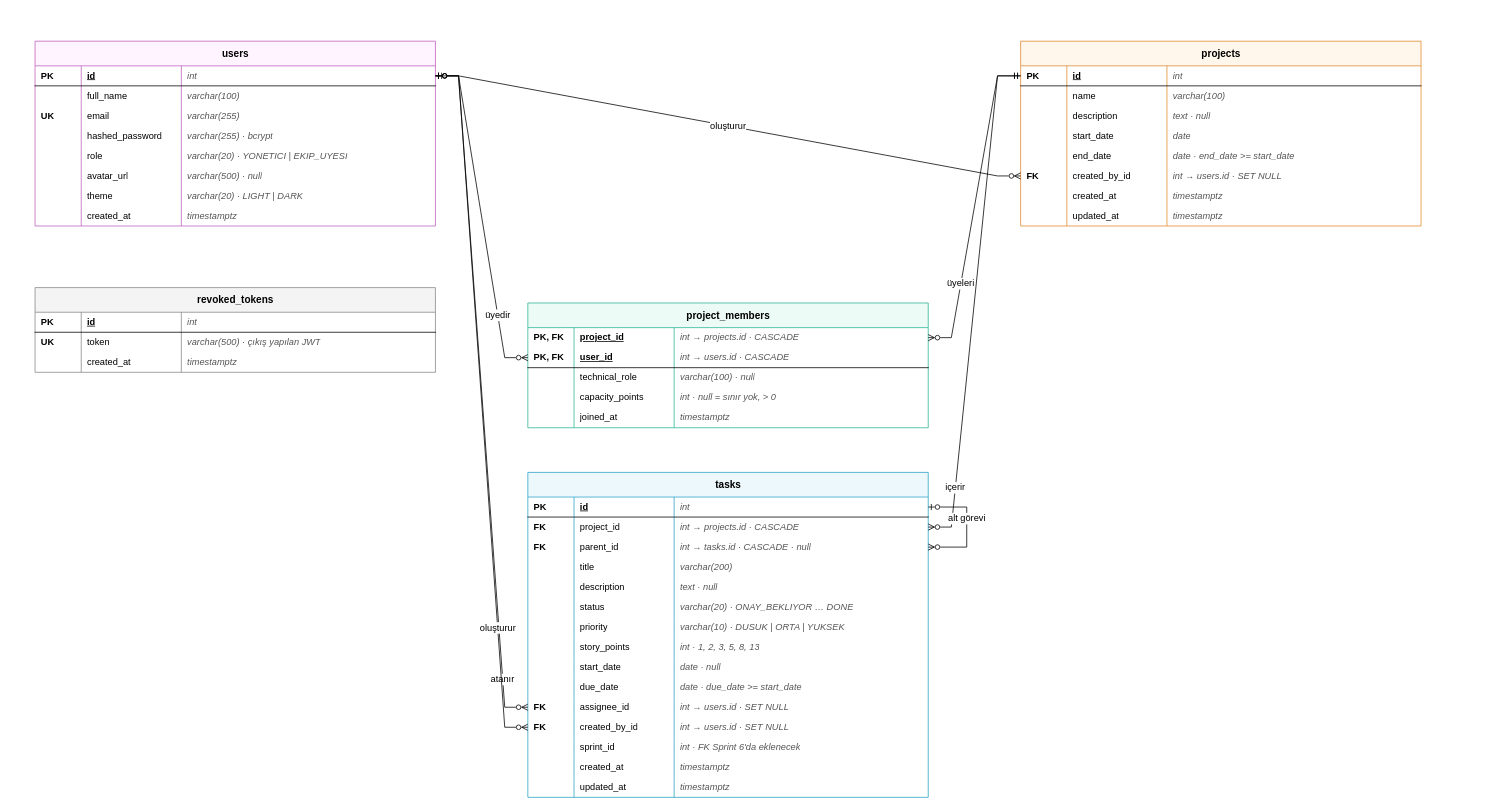
Earlier version of the draw.io diagram docs/diyagramlar/er-diyagrami.drawio (sengka/LUNO). Source tidied: cells renumbered, new cells numbered last; positions are measured from the earlier drawing's top-left corner, leaving out a move shared by most shapes. Both pictures are drawn from the tidied source at 77%, with x=0, y=0 at pixel (35, 41).
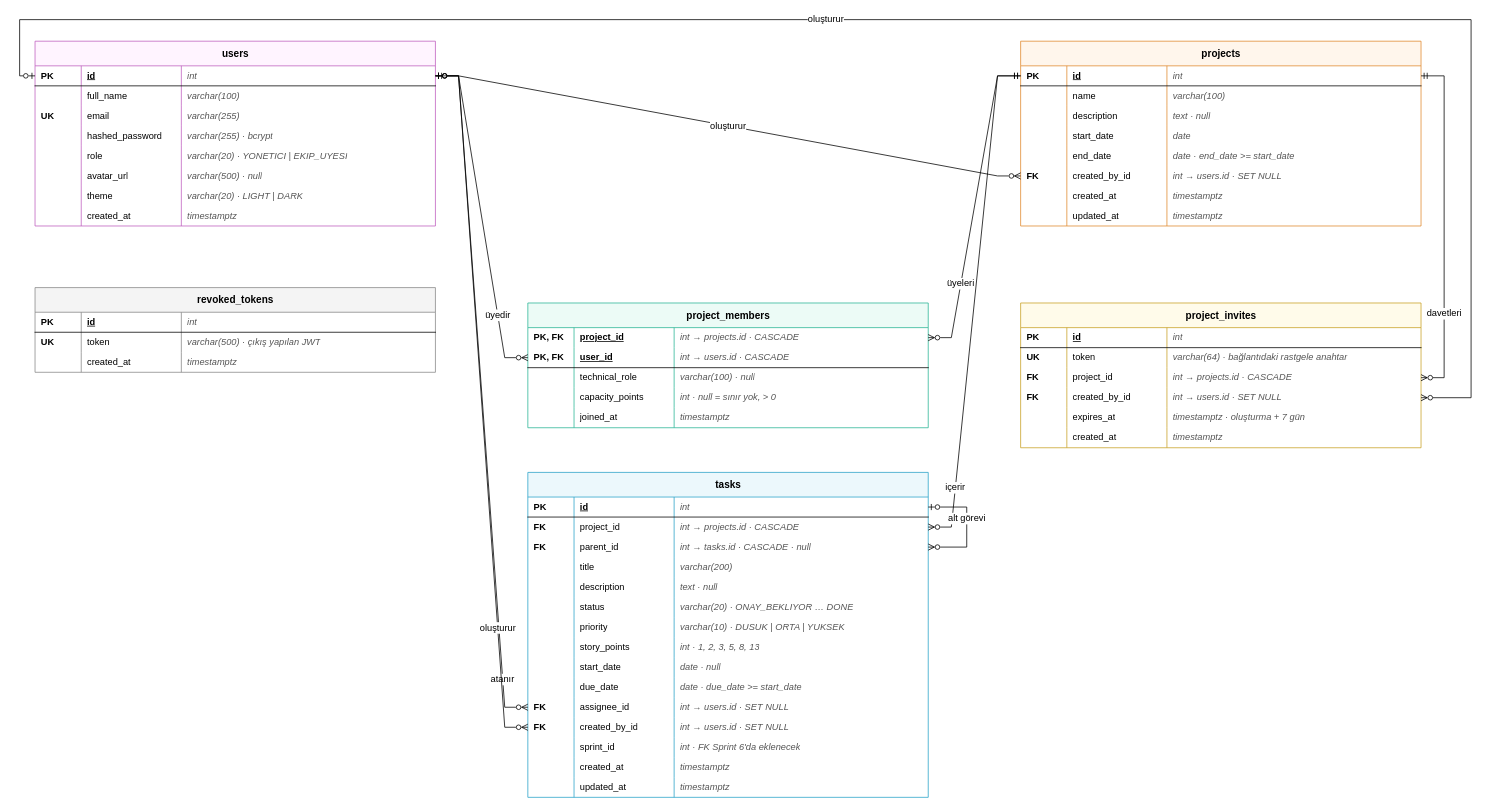
Above is the later version.

Commit message (it also covers changes not shown here):
docs: ER diyagramına project_invites tablosu eklendi (#118)

The change refers to these unchanged cells:
```xml
<mxCell id="3" style="shape=tableRow;horizontal=0;startSize=0;swimlaneHead=0;swimlaneBody=0;fillColor=none;points=[[0,0.5],[1,0.5]];portConstraint=eastwest;top=0;left=0;right=0;bottom=1;html=1;" parent="2" vertex="1">
  <mxGeometry y="32" width="520" height="26" as="geometry" />
</mxCell>
<mxCell id="49" style="shape=tableRow;horizontal=0;startSize=0;swimlaneHead=0;swimlaneBody=0;fillColor=none;points=[[0,0.5],[1,0.5]];portConstraint=eastwest;top=0;left=0;right=0;bottom=1;html=1;" parent="48" vertex="1">
  <mxGeometry y="32" width="520" height="26" as="geometry" />
</mxCell>
```

Diff of the diagram source:
```diff
@@
+    <mxCell id="170" value="project_invites" style="shape=table;startSize=32;childLayout=tableLayout;rowLines=0;fontStyle=1;align=center;html=1;fillColor=#FFFBEA;strokeColor=#C9A227;fontSize=13;" parent="1" vertex="1">
+      <mxGeometry x="1280" y="340" width="520" height="188" as="geometry" />
+    </mxCell>
+    <mxCell id="171" style="shape=tableRow;horizontal=0;startSize=0;swimlaneHead=0;swimlaneBody=0;fillColor=none;top=0;left=0;right=0;bottom=1;html=1;" parent="170" vertex="1">
+      <mxGeometry y="32" width="520" height="26" as="geometry" />
+    </mxCell>
+    <mxCell id="172" value="PK" style="shape=partialRectangle;fillColor=none;top=0;left=0;bottom=0;right=0;align=left;spacingLeft=6;overflow=hidden;whiteSpace=wrap;html=1;fontStyle=1;fontSize=12;" parent="171" vertex="1">
+      <mxGeometry width="60" height="26" as="geometry" />
+    </mxCell>
+    <mxCell id="173" value="id" style="shape=partialRectangle;fillColor=none;top=0;left=0;bottom=0;right=0;align=left;spacingLeft=6;overflow=hidden;whiteSpace=wrap;html=1;fontStyle=5;fontSize=12;" parent="171" vertex="1">
+      <mxGeometry x="60" width="130" height="26" as="geometry" />
+    </mxCell>
+    <mxCell id="174" value="int" style="shape=partialRectangle;fillColor=none;top=0;left=0;bottom=0;right=0;align=left;spacingLeft=6;overflow=hidden;whiteSpace=wrap;html=1;fontStyle=2;fontSize=12;fontColor=#555555;" parent="171" vertex="1">
+      <mxGeometry x="190" width="330" height="26" as="geometry" />
+    </mxCell>
+    <mxCell id="175" style="shape=tableRow;horizontal=0;startSize=0;swimlaneHead=0;swimlaneBody=0;fillColor=none;top=0;left=0;right=0;bottom=0;html=1;" parent="170" vertex="1">
+      <mxGeometry y="58" width="520" height="26" as="geometry" />
+    </mxCell>
+    <mxCell id="176" value="UK" style="shape=partialRectangle;fillColor=none;top=0;left=0;bottom=0;right=0;align=left;spacingLeft=6;overflow=hidden;whiteSpace=wrap;html=1;fontStyle=1;fontSize=12;" parent="175" vertex="1">
+      <mxGeometry width="60" height="26" as="geometry" />
+    </mxCell>
+    <mxCell id="177" value="token" style="shape=partialRectangle;fillColor=none;top=0;left=0;bottom=0;right=0;align=left;spacingLeft=6;overflow=hidden;whiteSpace=wrap;html=1;fontStyle=0;fontSize=12;" parent="175" vertex="1">
+      <mxGeometry x="60" width="130" height="26" as="geometry" />
+    </mxCell>
+    <mxCell id="178" value="varchar(64) · bağlantıdaki rastgele anahtar" style="shape=partialRectangle;fillColor=none;top=0;left=0;bottom=0;right=0;align=left;spacingLeft=6;overflow=hidden;whiteSpace=wrap;html=1;fontStyle=2;fontSize=12;fontColor=#555555;" parent="175" vertex="1">
+      <mxGeometry x="190" width="330" height="26" as="geometry" />
+    </mxCell>
+    <mxCell id="179" style="shape=tableRow;horizontal=0;startSize=0;swimlaneHead=0;swimlaneBody=0;fillColor=none;points=[[0,0.5],[1,0.5]];portConstraint=eastwest;top=0;left=0;right=0;bottom=0;html=1;" parent="170" vertex="1">
+      <mxGeometry y="84" width="520" height="26" as="geometry" />
+    </mxCell>
+    <mxCell id="180" value="FK" style="shape=partialRectangle;fillColor=none;top=0;left=0;bottom=0;right=0;align=left;spacingLeft=6;overflow=hidden;whiteSpace=wrap;html=1;fontStyle=1;fontSize=12;" parent="179" vertex="1">
+      <mxGeometry width="60" height="26" as="geometry" />
+    </mxCell>
+    <mxCell id="181" value="project_id" style="shape=partialRectangle;fillColor=none;top=0;left=0;bottom=0;right=0;align=left;spacingLeft=6;overflow=hidden;whiteSpace=wrap;html=1;fontStyle=0;fontSize=12;" parent="179" vertex="1">
+      <mxGeometry x="60" width="130" height="26" as="geometry" />
+    </mxCell>
+    <mxCell id="182" value="int → projects.id · CASCADE" style="shape=partialRectangle;fillColor=none;top=0;left=0;bottom=0;right=0;align=left;spacingLeft=6;overflow=hidden;whiteSpace=wrap;html=1;fontStyle=2;fontSize=12;fontColor=#555555;" parent="179" vertex="1">
+      <mxGeometry x="190" width="330" height="26" as="geometry" />
+    </mxCell>
+    <mxCell id="183" style="shape=tableRow;horizontal=0;startSize=0;swimlaneHead=0;swimlaneBody=0;fillColor=none;points=[[0,0.5],[1,0.5]];portConstraint=eastwest;top=0;left=0;right=0;bottom=0;html=1;" parent="170" vertex="1">
+      <mxGeometry y="110" width="520" height="26" as="geometry" />
+    </mxCell>
+    <mxCell id="184" value="FK" style="shape=partialRectangle;fillColor=none;top=0;left=0;bottom=0;right=0;align=left;spacingLeft=6;overflow=hidden;whiteSpace=wrap;html=1;fontStyle=1;fontSize=12;" parent="183" vertex="1">
+      <mxGeometry width="60" height="26" as="geometry" />
+    </mxCell>
+    <mxCell id="185" value="created_by_id" style="shape=partialRectangle;fillColor=none;top=0;left=0;bottom=0;right=0;align=left;spacingLeft=6;overflow=hidden;whiteSpace=wrap;html=1;fontStyle=0;fontSize=12;" parent="183" vertex="1">
+      <mxGeometry x="60" width="130" height="26" as="geometry" />
+    </mxCell>
+    <mxCell id="186" value="int → users.id · SET NULL" style="shape=partialRectangle;fillColor=none;top=0;left=0;bottom=0;right=0;align=left;spacingLeft=6;overflow=hidden;whiteSpace=wrap;html=1;fontStyle=2;fontSize=12;fontColor=#555555;" parent="183" vertex="1">
+      <mxGeometry x="190" width="330" height="26" as="geometry" />
+    </mxCell>
+    <mxCell id="187" style="shape=tableRow;horizontal=0;startSize=0;swimlaneHead=0;swimlaneBody=0;fillColor=none;top=0;left=0;right=0;bottom=0;html=1;" parent="170" vertex="1">
+      <mxGeometry y="136" width="520" height="26" as="geometry" />
+    </mxCell>
+    <mxCell id="188" style="shape=partialRectangle;fillColor=none;top=0;left=0;bottom=0;right=0;align=left;spacingLeft=6;overflow=hidden;whiteSpace=wrap;html=1;fontStyle=1;fontSize=12;" parent="187" vertex="1">
+      <mxGeometry width="60" height="26" as="geometry" />
+    </mxCell>
+    <mxCell id="189" value="expires_at" style="shape=partialRectangle;fillColor=none;top=0;left=0;bottom=0;right=0;align=left;spacingLeft=6;overflow=hidden;whiteSpace=wrap;html=1;fontStyle=0;fontSize=12;" parent="187" vertex="1">
+      <mxGeometry x="60" width="130" height="26" as="geometry" />
+    </mxCell>
+    <mxCell id="190" value="timestamptz · oluşturma + 7 gün" style="shape=partialRectangle;fillColor=none;top=0;left=0;bottom=0;right=0;align=left;spacingLeft=6;overflow=hidden;whiteSpace=wrap;html=1;fontStyle=2;fontSize=12;fontColor=#555555;" parent="187" vertex="1">
+      <mxGeometry x="190" width="330" height="26" as="geometry" />
+    </mxCell>
+    <mxCell id="191" style="shape=tableRow;horizontal=0;startSize=0;swimlaneHead=0;swimlaneBody=0;fillColor=none;top=0;left=0;right=0;bottom=0;html=1;" parent="170" vertex="1">
+      <mxGeometry y="162" width="520" height="26" as="geometry" />
+    </mxCell>
+    <mxCell id="192" style="shape=partialRectangle;fillColor=none;top=0;left=0;bottom=0;right=0;align=left;spacingLeft=6;overflow=hidden;whiteSpace=wrap;html=1;fontStyle=1;fontSize=12;" parent="191" vertex="1">
+      <mxGeometry width="60" height="26" as="geometry" />
+    </mxCell>
+    <mxCell id="193" value="created_at" style="shape=partialRectangle;fillColor=none;top=0;left=0;bottom=0;right=0;align=left;spacingLeft=6;overflow=hidden;whiteSpace=wrap;html=1;fontStyle=0;fontSize=12;" parent="191" vertex="1">
+      <mxGeometry x="60" width="130" height="26" as="geometry" />
+    </mxCell>
+    <mxCell id="194" value="timestamptz" style="shape=partialRectangle;fillColor=none;top=0;left=0;bottom=0;right=0;align=left;spacingLeft=6;overflow=hidden;whiteSpace=wrap;html=1;fontStyle=2;fontSize=12;fontColor=#555555;" parent="191" vertex="1">
+      <mxGeometry x="190" width="330" height="26" as="geometry" />
+    </mxCell>
@@
+    <mxCell id="195" value="davetleri" style="edgeStyle=entityRelationEdgeStyle;fontSize=12;html=1;endArrow=ERmandOne;startArrow=ERzeroToMany;endFill=0;startFill=0;rounded=0;labelBackgroundColor=#FFFFFF;" parent="1" edge="1" source="179" target="49">
+      <mxGeometry x="-0.5" relative="1" as="geometry" />
+    </mxCell>
+    <mxCell id="196" value="oluşturur" style="edgeStyle=orthogonalEdgeStyle;fontSize=12;html=1;endArrow=ERzeroToOne;startArrow=ERzeroToMany;endFill=0;startFill=0;rounded=0;labelBackgroundColor=#FFFFFF;exitX=1;exitY=0.5;entryX=0;entryY=0.5;" parent="1" edge="1" source="183" target="3">
+      <mxGeometry x="0.1" relative="1" as="geometry">
+        <Array as="points">
+          <mxPoint x="1865" y="463" />
+          <mxPoint x="1865" y="-28" />
+          <mxPoint x="-20" y="-28" />
+          <mxPoint x="-20" y="45" />
+        </Array>
+      </mxGeometry>
+    </mxCell>
```
